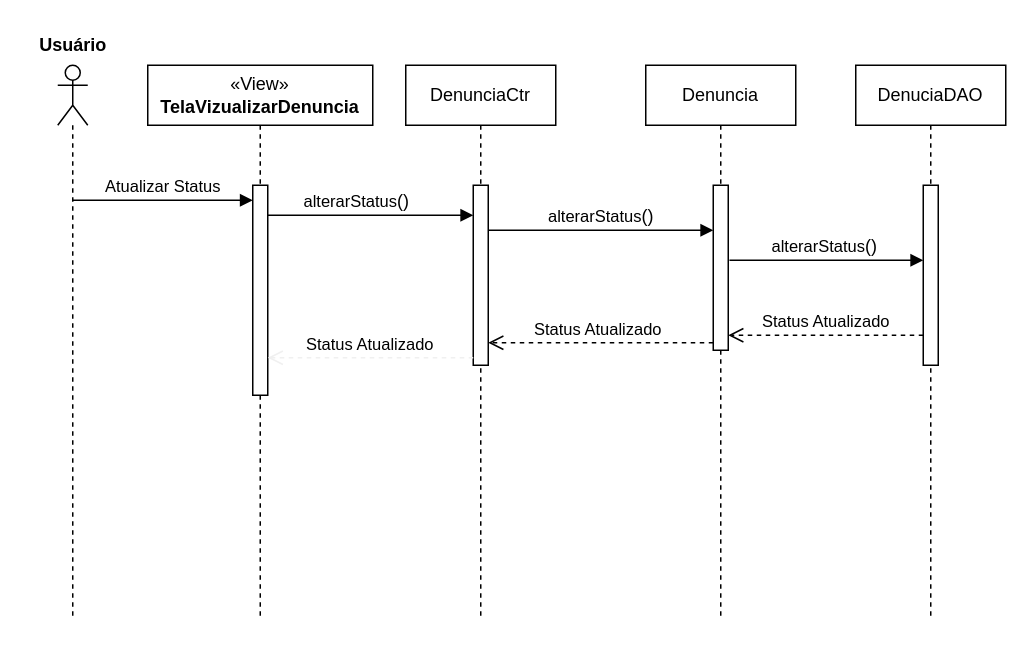
Before: Documentação/Diagramas/Diagramas de Sequencia/Diagrama de Sequencia Alterar Status.drawio in frsouzaa/Documentacao-TCC-NossaVia, a draw.io diagram. Source tidied: cells renumbered, new cells numbered last; positions are measured from the earlier drawing's top-left corner, leaving out a move shared by most shapes. Both pictures are drawn from the tidied source at 150%, with x=0, y=0 at pixel (26, 26).
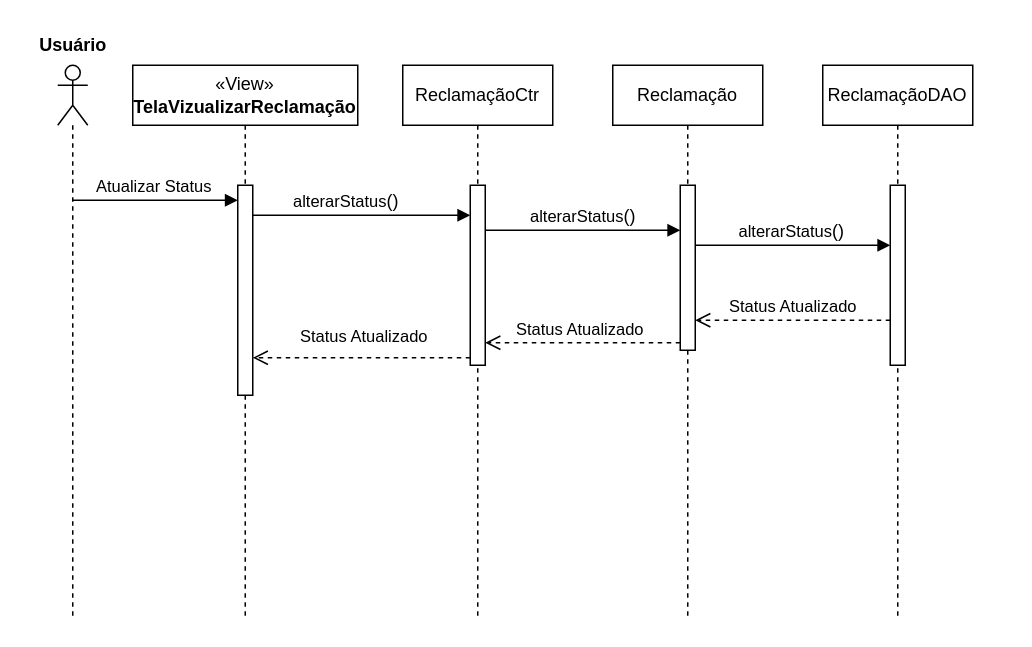
The same page after the edit.

The change refers to these unchanged cells:
```xml
<mxCell id="4" style="html=1;points=[[0,0,0,0,5],[0,1,0,0,-5],[1,0,0,0,5],[1,1,0,0,-5]];perimeter=orthogonalPerimeter;outlineConnect=0;targetShapes=umlLifeline;portConstraint=eastwest;newEdgeStyle={&quot;curved&quot;:0,&quot;rounded&quot;:0};" parent="3" vertex="1">
  <mxGeometry x="70" y="80" width="10" height="140" as="geometry" />
</mxCell>
<mxCell id="10" style="html=1;points=[[0,0,0,0,5],[0,1,0,0,-5],[1,0,0,0,5],[1,1,0,0,-5]];perimeter=orthogonalPerimeter;outlineConnect=0;targetShapes=umlLifeline;portConstraint=eastwest;newEdgeStyle={&quot;curved&quot;:0,&quot;rounded&quot;:0};" parent="9" vertex="1">
  <mxGeometry x="45" y="80" width="10" height="120" as="geometry" />
</mxCell>
```

Diff of the diagram source:
```diff
@@
-    <mxCell id="3" value="«View»&lt;br&gt;&lt;b&gt;TelaVizualizarDenuncia&lt;/b&gt;" style="shape=umlLifeline;perimeter=lifelinePerimeter;whiteSpace=wrap;html=1;newEdgeStyle={&quot;curved&quot;:0,&quot;rounded&quot;:0};" parent="1" vertex="1">
-      <mxGeometry x="81" y="26" width="150" height="370" as="geometry" />
+    <mxCell id="3" value="«View»&lt;br&gt;&lt;b&gt;TelaVizualizarReclamação&lt;/b&gt;" style="shape=umlLifeline;perimeter=lifelinePerimeter;whiteSpace=wrap;html=1;newEdgeStyle={&quot;curved&quot;:0,&quot;rounded&quot;:0};" parent="1" vertex="1">
+      <mxGeometry x="71" y="26" width="150" height="370" as="geometry" />
     </mxCell>
@@
-    <mxCell id="5" value="&lt;span style=&quot;font-family: Helvetica; font-size: 12px; font-style: normal; font-variant-ligatures: normal; font-variant-caps: normal; font-weight: 400; letter-spacing: normal; orphans: 2; text-align: center; text-indent: 0px; text-transform: none; widows: 2; word-spacing: 0px; -webkit-text-stroke-width: 0px; white-space: nowrap; text-decoration-thickness: initial; text-decoration-style: initial; text-decoration-color: initial; float: none; display: inline !important;&quot;&gt;Denuncia&lt;/span&gt;" style="shape=umlLifeline;perimeter=lifelinePerimeter;whiteSpace=wrap;html=1;newEdgeStyle={&quot;curved&quot;:0,&quot;rounded&quot;:0};" parent="1" vertex="1">
-      <mxGeometry x="413" y="26" width="100" height="370" as="geometry" />
+    <mxCell id="5" value="&lt;span style=&quot;font-family: Helvetica; font-size: 12px; font-style: normal; font-variant-ligatures: normal; font-variant-caps: normal; font-weight: 400; letter-spacing: normal; orphans: 2; text-align: center; text-indent: 0px; text-transform: none; widows: 2; word-spacing: 0px; -webkit-text-stroke-width: 0px; white-space: nowrap; text-decoration-thickness: initial; text-decoration-style: initial; text-decoration-color: initial; float: none; display: inline !important;&quot;&gt;Reclamação&lt;/span&gt;" style="shape=umlLifeline;perimeter=lifelinePerimeter;whiteSpace=wrap;html=1;newEdgeStyle={&quot;curved&quot;:0,&quot;rounded&quot;:0};" parent="1" vertex="1">
+      <mxGeometry x="391" y="26" width="100" height="370" as="geometry" />
     </mxCell>
@@
-    <mxCell id="7" value="DenuciaDAO" style="shape=umlLifeline;perimeter=lifelinePerimeter;whiteSpace=wrap;html=1;newEdgeStyle={&quot;curved&quot;:0,&quot;rounded&quot;:0};" parent="1" vertex="1">
-      <mxGeometry x="553" y="26" width="100" height="370" as="geometry" />
+    <mxCell id="7" value="ReclamaçãoDAO" style="shape=umlLifeline;perimeter=lifelinePerimeter;whiteSpace=wrap;html=1;newEdgeStyle={&quot;curved&quot;:0,&quot;rounded&quot;:0};" parent="1" vertex="1">
+      <mxGeometry x="531" y="26" width="100" height="370" as="geometry" />
     </mxCell>
@@
-    <mxCell id="9" value="&lt;span style=&quot;text-wrap: nowrap;&quot;&gt;DenunciaCtr&lt;/span&gt;" style="shape=umlLifeline;perimeter=lifelinePerimeter;whiteSpace=wrap;html=1;newEdgeStyle={&quot;curved&quot;:0,&quot;rounded&quot;:0};" parent="1" vertex="1">
-      <mxGeometry x="253" y="26" width="100" height="370" as="geometry" />
+    <mxCell id="9" value="&lt;span style=&quot;text-wrap: nowrap;&quot;&gt;ReclamaçãoCtr&lt;/span&gt;" style="shape=umlLifeline;perimeter=lifelinePerimeter;whiteSpace=wrap;html=1;newEdgeStyle={&quot;curved&quot;:0,&quot;rounded&quot;:0};" parent="1" vertex="1">
+      <mxGeometry x="251" y="26" width="100" height="370" as="geometry" />
     </mxCell>
@@
     <mxCell id="13" value="&lt;span style=&quot;text-align: left;&quot;&gt;alterarStatus&lt;/span&gt;&lt;span style=&quot;font-size: 12px; text-align: left;&quot;&gt;()&lt;/span&gt;" style="html=1;verticalAlign=bottom;endArrow=block;curved=0;rounded=0;" parent="1" edge="1">
       <mxGeometry x="-0.14" relative="1" as="geometry">
-        <mxPoint x="161" y="126" as="sourcePoint" />
-        <mxPoint x="298" y="126" as="targetPoint" />
+        <mxPoint x="151" y="126" as="sourcePoint" />
+        <mxPoint x="296" y="126" as="targetPoint" />
       </mxGeometry>
     </mxCell>
     <mxCell id="14" value="&lt;div style=&quot;text-align: left;&quot;&gt;alterarStatus&lt;span style=&quot;font-size: 12px;&quot;&gt;()&lt;/span&gt;&lt;br&gt;&lt;/div&gt;" style="html=1;verticalAlign=bottom;endArrow=block;curved=0;rounded=0;" parent="1" edge="1">
       <mxGeometry relative="1" as="geometry">
-        <mxPoint x="308" y="136" as="sourcePoint" />
-        <mxPoint x="458" y="136" as="targetPoint" />
+        <mxPoint x="306" y="136" as="sourcePoint" />
+        <mxPoint x="436" y="136" as="targetPoint" />
       </mxGeometry>
     </mxCell>
-    <mxCell id="15" value="Status Atualizado" style="html=1;verticalAlign=bottom;endArrow=open;dashed=1;endSize=8;curved=0;rounded=0;entryX=1;entryY=1;entryDx=0;entryDy=-5;entryPerimeter=0;" parent="1" edge="1">
+    <mxCell id="15" value="Status Atualizado" style="html=1;verticalAlign=bottom;endArrow=open;dashed=1;endSize=8;curved=0;rounded=0;" parent="1" edge="1">
       <mxGeometry relative="1" as="geometry">
-        <mxPoint x="598" y="206" as="sourcePoint" />
-        <mxPoint x="468" y="206" as="targetPoint" />
+        <mxPoint x="576" y="196" as="sourcePoint" />
+        <mxPoint x="446" y="196" as="targetPoint" />
       </mxGeometry>
     </mxCell>
@@
-    <mxCell id="17" style="html=1;verticalAlign=bottom;endArrow=block;curved=0;rounded=0;exitX=1.078;exitY=0.731;exitDx=0;exitDy=0;exitPerimeter=0;" parent="1" edge="1">
+    <mxCell id="17" style="html=1;verticalAlign=bottom;endArrow=block;curved=0;rounded=0;" parent="1" edge="1">
       <mxGeometry relative="1" as="geometry">
-        <mxPoint x="468.8" y="156" as="sourcePoint" />
-        <mxPoint x="598" y="156" as="targetPoint" />
+        <mxPoint x="446" y="146" as="sourcePoint" />
+        <mxPoint x="576" y="146" as="targetPoint" />
       </mxGeometry>
     </mxCell>
@@
-    <mxCell id="19" value="Status Atualizado" style="html=1;verticalAlign=bottom;endArrow=open;dashed=1;endSize=8;curved=0;rounded=0;fillColor=#f8cecc;strokeColor=#F0F0F0;exitX=0;exitY=1;exitDx=0;exitDy=-5;exitPerimeter=0;" parent="1" edge="1" source="10" target="4">
-      <mxGeometry x="0.01" relative="1" as="geometry" />
+    <mxCell id="19" value="Status Atualizado" style="html=1;verticalAlign=bottom;endArrow=open;dashed=1;endSize=8;curved=0;rounded=0;exitX=0;exitY=1;exitDx=0;exitDy=-5;exitPerimeter=0;" parent="1" edge="1" source="10" target="4">
+      <mxGeometry x="-0.02" y="-5" relative="1" as="geometry" />
     </mxCell>
```
